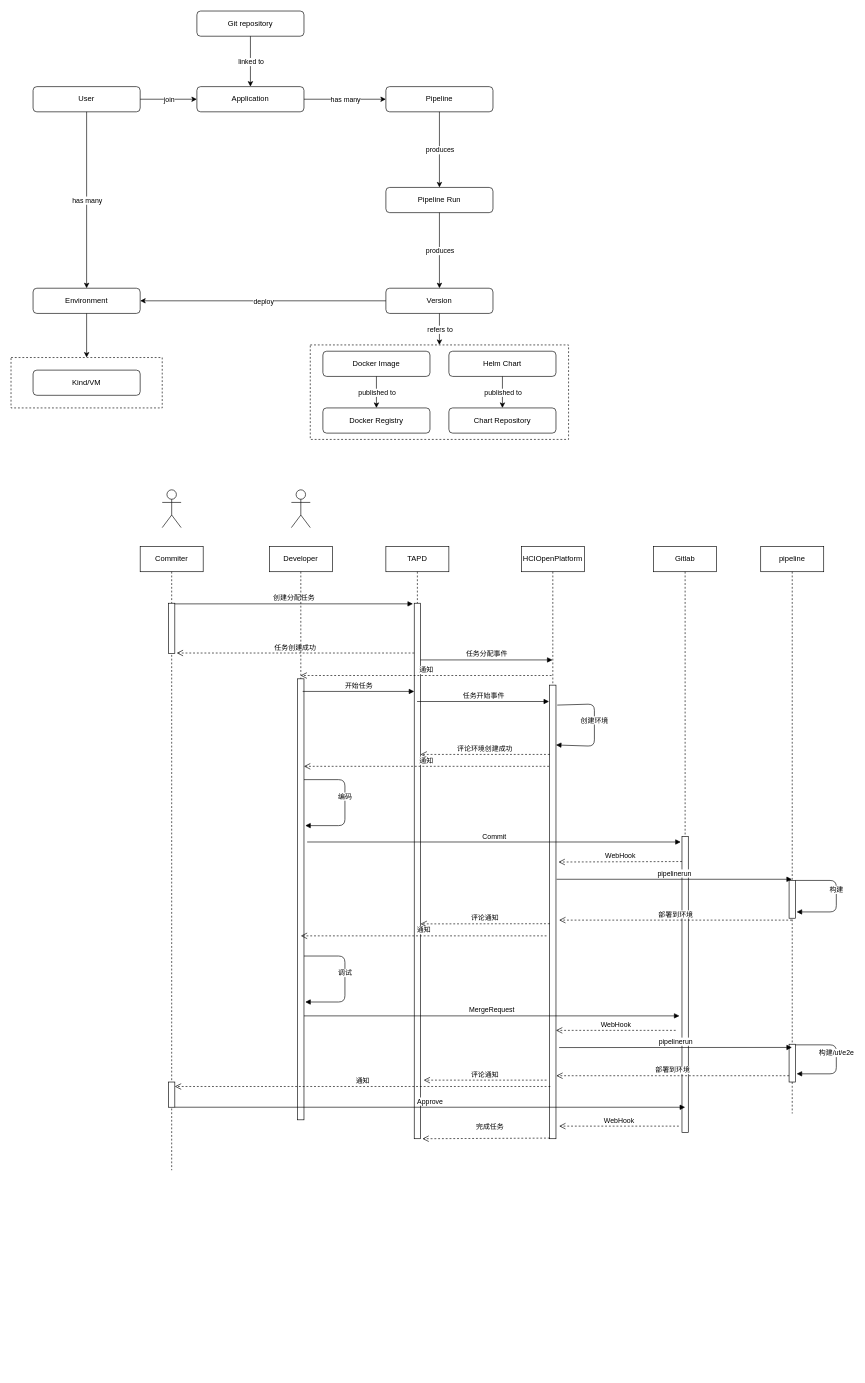
Earlier version of the draw.io diagram Untitled Diagram.drawio (shareinto/diagrams). Source tidied: cells renumbered, new cells numbered last; positions are measured from the earlier drawing's top-left corner, leaving out a move shared by most shapes. Both pictures are drawn from the tidied source at 63%, with x=0, y=0 at pixel (11, 11).
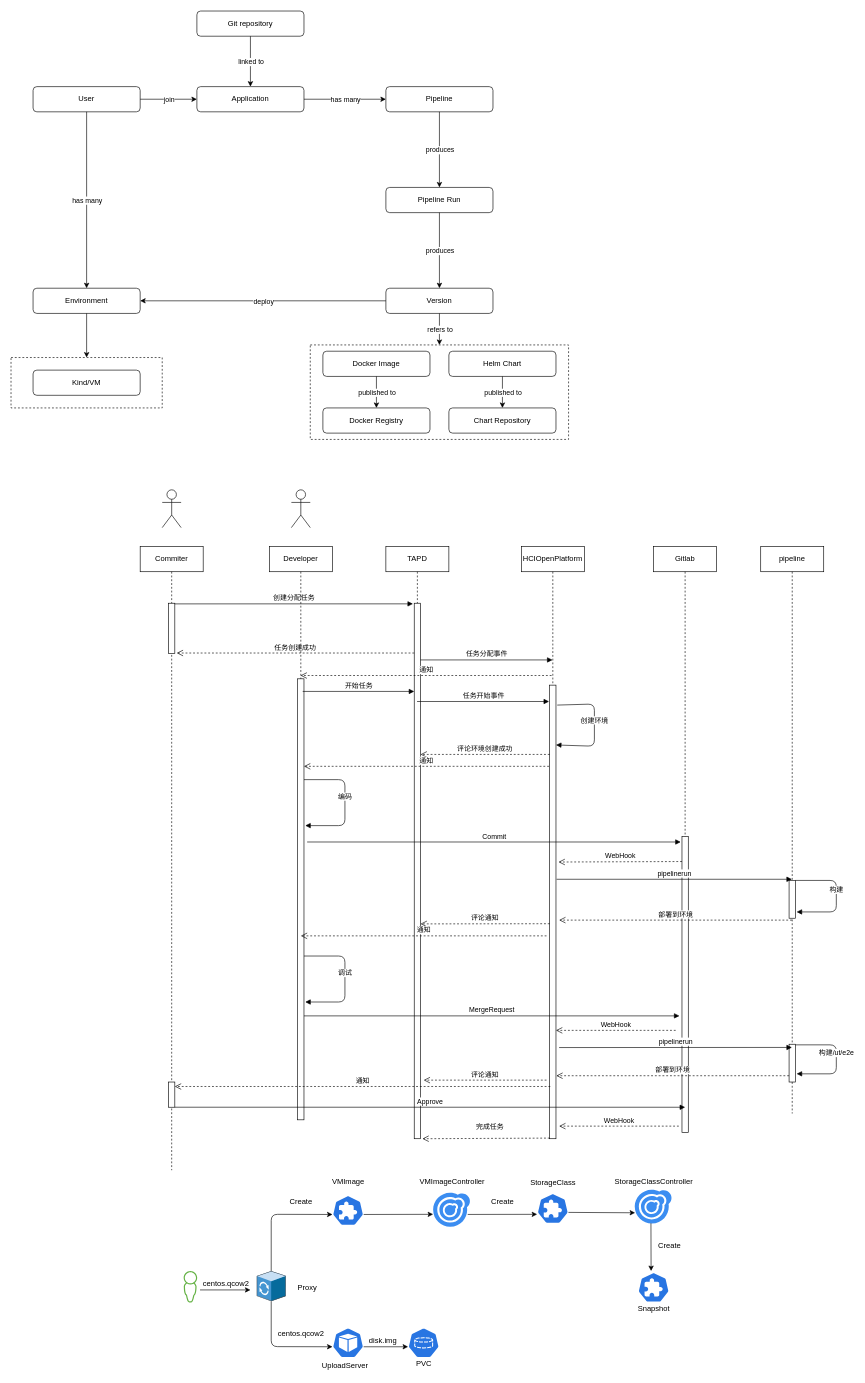
The same diagram, later.

What changed in the source:
```diff
@@
+    <mxCell id="81" style="shadow=0;dashed=0;html=1;strokeColor=none;labelPosition=center;verticalLabelPosition=bottom;verticalAlign=top;align=center;shape=mxgraph.vvd.administrator;fillColor=#65B245;" parent="1" vertex="1">
+      <mxGeometry x="274" y="2000" width="21.5" height="50" as="geometry" />
+    </mxCell>
+    <mxCell id="82" style="shadow=0;dashed=0;html=1;labelPosition=center;verticalLabelPosition=bottom;verticalAlign=top;align=center;outlineConnect=0;shape=mxgraph.veeam.3d.proxy;" parent="1" vertex="1">
+      <mxGeometry x="390" y="2000" width="46" height="48" as="geometry" />
+    </mxCell>
+    <mxCell id="83" style="html=1;dashed=0;whitespace=wrap;fillColor=#2875E2;strokeColor=#ffffff;points=[[0.005,0.63,0],[0.1,0.2,0],[0.9,0.2,0],[0.5,0,0],[0.995,0.63,0],[0.72,0.99,0],[0.5,1,0],[0.28,0.99,0]];shape=mxgraph.kubernetes.icon;prIcon=pod;" parent="1" vertex="1">
+      <mxGeometry x="510" y="2090" width="50" height="48" as="geometry" />
+    </mxCell>
+    <mxCell id="84" style="html=1;dashed=0;whitespace=wrap;fillColor=#2875E2;strokeColor=#ffffff;points=[[0.005,0.63,0],[0.1,0.2,0],[0.9,0.2,0],[0.5,0,0],[0.995,0.63,0],[0.72,0.99,0],[0.5,1,0],[0.28,0.99,0]];shape=mxgraph.kubernetes.icon;prIcon=pvc;" parent="1" vertex="1">
+      <mxGeometry x="630" y="2090" width="50" height="48" as="geometry" />
+    </mxCell>
+    <mxCell id="85" style="html=1;dashed=0;whitespace=wrap;fillColor=#2875E2;strokeColor=#ffffff;points=[[0.005,0.63,0],[0.1,0.2,0],[0.9,0.2,0],[0.5,0,0],[0.995,0.63,0],[0.72,0.99,0],[0.5,1,0],[0.28,0.99,0]];shape=mxgraph.kubernetes.icon;prIcon=crd;" parent="1" vertex="1">
+      <mxGeometry x="510" y="1880" width="50" height="48" as="geometry" />
+    </mxCell>
+    <mxCell id="86" style="html=1;strokeColor=none;shadow=0;align=center;verticalAlign=top;fillColor=#3B8DF1;shape=mxgraph.gcp2.replication_controller_2;" parent="1" vertex="1">
+      <mxGeometry x="670" y="1875.2" width="60" height="54.6" as="geometry" />
+    </mxCell>
+    <mxCell id="87" style="html=1;dashed=0;whitespace=wrap;fillColor=#2875E2;strokeColor=#ffffff;points=[[0.005,0.63,0],[0.1,0.2,0],[0.9,0.2,0],[0.5,0,0],[0.995,0.63,0],[0.72,0.99,0],[0.5,1,0],[0.28,0.99,0]];shape=mxgraph.kubernetes.icon;prIcon=crd;" parent="1" vertex="1">
+      <mxGeometry x="835" y="1876.7" width="50" height="48" as="geometry" />
+    </mxCell>
+    <mxCell id="88" value="Proxy" style="text;html=1;align=center;verticalAlign=middle;strokeColor=none;" parent="1" vertex="1">
+      <mxGeometry x="445" y="2016" width="50" height="20" as="geometry" />
+    </mxCell>
+    <mxCell id="89" value="VMImage" style="text;html=1;align=center;verticalAlign=middle;strokeColor=none;" parent="1" vertex="1">
+      <mxGeometry x="500" y="1848.5" width="70" height="20" as="geometry" />
+    </mxCell>
+    <mxCell id="90" style="html=1;strokeColor=none;shadow=0;align=center;verticalAlign=top;fillColor=#3B8DF1;shape=mxgraph.gcp2.replication_controller_2;" parent="1" vertex="1">
+      <mxGeometry x="990" y="1870.1" width="60" height="54.6" as="geometry" />
+    </mxCell>
+    <mxCell id="91" value="StorageClass" style="text;html=1;align=center;verticalAlign=middle;strokeColor=none;" parent="1" vertex="1">
+      <mxGeometry x="815" y="1850" width="90" height="20" as="geometry" />
+    </mxCell>
+    <mxCell id="92" value="VMImageController" style="text;html=1;align=center;verticalAlign=middle;strokeColor=none;" parent="1" vertex="1">
+      <mxGeometry x="640" y="1848.5" width="120" height="20" as="geometry" />
+    </mxCell>
+    <mxCell id="93" value="StorageClassController" style="text;html=1;align=center;verticalAlign=middle;strokeColor=none;" parent="1" vertex="1">
+      <mxGeometry x="950" y="1848.5" width="140" height="20" as="geometry" />
+    </mxCell>
+    <mxCell id="94" style="endArrow=classic;html=1;" parent="1" edge="1">
+      <mxGeometry relative="1" as="geometry">
+        <mxPoint x="300" y="2030" as="sourcePoint" />
+        <mxPoint x="380" y="2030" as="targetPoint" />
+      </mxGeometry>
+    </mxCell>
+    <mxCell id="95" style="endArrow=classic;html=1;entryX=0.005;entryY=0.63;entryDx=0;entryDy=0;entryPerimeter=0;" parent="1" edge="1" source="82" target="85">
+      <mxGeometry relative="1" as="geometry">
+        <Array as="points">
+          <mxPoint x="413" y="1910" />
+        </Array>
+      </mxGeometry>
+    </mxCell>
+    <mxCell id="96" style="endArrow=classic;html=1;entryX=0.005;entryY=0.63;entryDx=0;entryDy=0;entryPerimeter=0;" parent="1" edge="1" source="82" target="83">
+      <mxGeometry relative="1" as="geometry">
+        <Array as="points">
+          <mxPoint x="413" y="2120" />
+        </Array>
+      </mxGeometry>
+    </mxCell>
+    <mxCell id="97" style="endArrow=classic;html=1;exitX=0.995;exitY=0.63;exitDx=0;exitDy=0;exitPerimeter=0;entryX=0.005;entryY=0.63;entryDx=0;entryDy=0;entryPerimeter=0;" parent="1" edge="1" source="83" target="84">
+      <mxGeometry relative="1" as="geometry" />
+    </mxCell>
+    <mxCell id="98" value="disk.img" style="text;html=1;align=center;verticalAlign=middle;strokeColor=none;" parent="1" vertex="1">
+      <mxGeometry x="560" y="2100" width="60" height="20" as="geometry" />
+    </mxCell>
+    <mxCell id="99" value="centos.qcow2" style="text;html=1;align=center;verticalAlign=middle;strokeColor=none;" parent="1" vertex="1">
+      <mxGeometry x="415" y="2090" width="90" height="20" as="geometry" />
+    </mxCell>
+    <mxCell id="100" value="Create" style="text;html=1;align=center;verticalAlign=middle;strokeColor=none;" parent="1" vertex="1">
+      <mxGeometry x="435" y="1880" width="50" height="20" as="geometry" />
+    </mxCell>
+    <mxCell id="101" value="centos.qcow2" style="text;html=1;align=center;verticalAlign=middle;strokeColor=none;" parent="1" vertex="1">
+      <mxGeometry x="295.5" y="2010" width="90" height="20" as="geometry" />
+    </mxCell>
+    <mxCell id="102" style="endArrow=classic;html=1;exitX=0.995;exitY=0.63;exitDx=0;exitDy=0;exitPerimeter=0;" parent="1" edge="1" source="85">
+      <mxGeometry relative="1" as="geometry">
+        <mxPoint x="670" y="1910" as="targetPoint" />
+      </mxGeometry>
+    </mxCell>
+    <mxCell id="103" style="endArrow=classic;html=1;exitX=0.995;exitY=0.63;exitDx=0;exitDy=0;exitPerimeter=0;" parent="1" edge="1">
+      <mxGeometry relative="1" as="geometry">
+        <mxPoint x="724.9" y="1910.2" as="sourcePoint" />
+        <mxPoint x="835.1" y="1910" as="targetPoint" />
+      </mxGeometry>
+    </mxCell>
+    <mxCell id="104" value="Create" style="text;html=1;align=center;verticalAlign=middle;strokeColor=none;" parent="1" vertex="1">
+      <mxGeometry x="755" y="1880" width="50" height="20" as="geometry" />
+    </mxCell>
+    <mxCell id="105" style="endArrow=classic;html=1;exitX=0.995;exitY=0.63;exitDx=0;exitDy=0;exitPerimeter=0;entryX=0.01;entryY=0.686;entryDx=0;entryDy=0;entryPerimeter=0;" parent="1" edge="1" source="87" target="90">
+      <mxGeometry relative="1" as="geometry" />
+    </mxCell>
+    <mxCell id="106" style="html=1;dashed=0;whitespace=wrap;fillColor=#2875E2;strokeColor=#ffffff;shape=mxgraph.kubernetes.icon;prIcon=crd;" parent="1" vertex="1">
+      <mxGeometry x="995" y="2002" width="50" height="48" as="geometry" />
+    </mxCell>
+    <mxCell id="107" style="endArrow=classic;html=1;exitX=0.429;exitY=0.99;exitDx=0;exitDy=0;exitPerimeter=0;" parent="1" edge="1" source="90">
+      <mxGeometry relative="1" as="geometry">
+        <mxPoint x="1016" y="2000" as="targetPoint" />
+      </mxGeometry>
+    </mxCell>
+    <mxCell id="108" value="Create" style="text;html=1;align=center;verticalAlign=middle;strokeColor=none;" parent="1" vertex="1">
+      <mxGeometry x="1020" y="1950" width="50" height="20" as="geometry" />
+    </mxCell>
+    <mxCell id="109" value="Snapshot" style="text;html=1;align=center;verticalAlign=middle;strokeColor=none;" parent="1" vertex="1">
+      <mxGeometry x="985" y="2050" width="70" height="20" as="geometry" />
+    </mxCell>
+    <mxCell id="110" value="PVC" style="text;html=1;align=center;verticalAlign=middle;strokeColor=none;" parent="1" vertex="1">
+      <mxGeometry x="635" y="2138" width="40" height="20" as="geometry" />
+    </mxCell>
+    <mxCell id="111" value="UploadServer" style="text;html=1;align=center;verticalAlign=middle;strokeColor=none;" parent="1" vertex="1">
+      <mxGeometry x="485" y="2140" width="90" height="20" as="geometry" />
+    </mxCell>
```
